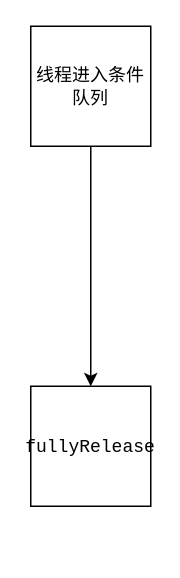
Before: 1.drawio in awenaw/drawio, a draw.io diagram. Source tidied: cells renumbered, new cells numbered last; positions are measured from the earlier drawing's top-left corner, leaving out a move shared by most shapes. Both pictures are drawn from the tidied source at 150%, with x=0, y=0 at pixel (30, 26).
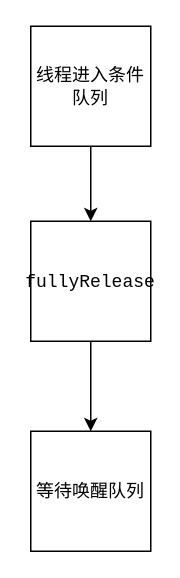
The same diagram, later.

Change to the diagram source:
```diff
@@
 <mxGraphModel>
   <root>
     <mxCell id="0" />
     <mxCell id="1" parent="0" />
     <mxCell id="2" style="edgeStyle=orthogonalEdgeStyle;rounded=0;jettySize=auto;html=1;exitX=0.5;exitY=1;exitDx=0;exitDy=0;entryX=0.5;entryY=0;entryDx=0;entryDy=0;" parent="1" edge="1" source="3" target="4">
       <mxGeometry relative="1" as="geometry" />
     </mxCell>
     <mxCell id="3" value="线程进入条件队列&lt;br&gt;" style="whiteSpace=wrap;html=1;" parent="1" vertex="1">
       <mxGeometry width="80" height="80" as="geometry" />
     </mxCell>
+    <mxCell id="5" style="edgeStyle=orthogonalEdgeStyle;rounded=0;jettySize=auto;html=1;exitX=0.5;exitY=1;exitDx=0;exitDy=0;entryX=0.5;entryY=0;entryDx=0;entryDy=0;" parent="1" edge="1" source="4" target="6">
+      <mxGeometry relative="1" as="geometry" />
+    </mxCell>
     <mxCell id="4" value="&lt;div&gt;&lt;div class=&quot;old-record-id-doxcnqOImzUzMqzDm0bQGp4zcqm&quot;&gt;&lt;code&gt;fullyRelease&lt;/code&gt;&lt;/div&gt;&lt;/div&gt;" style="whiteSpace=wrap;html=1;" parent="1" vertex="1">
-      <mxGeometry y="240" width="80" height="80" as="geometry" />
+      <mxGeometry y="130" width="80" height="80" as="geometry" />
     </mxCell>
+    <mxCell id="6" value="等待唤醒队列" style="whiteSpace=wrap;html=1;" parent="1" vertex="1">
+      <mxGeometry y="270" width="80" height="80" as="geometry" />
+    </mxCell>
   </root>
 </mxGraphModel>
```
